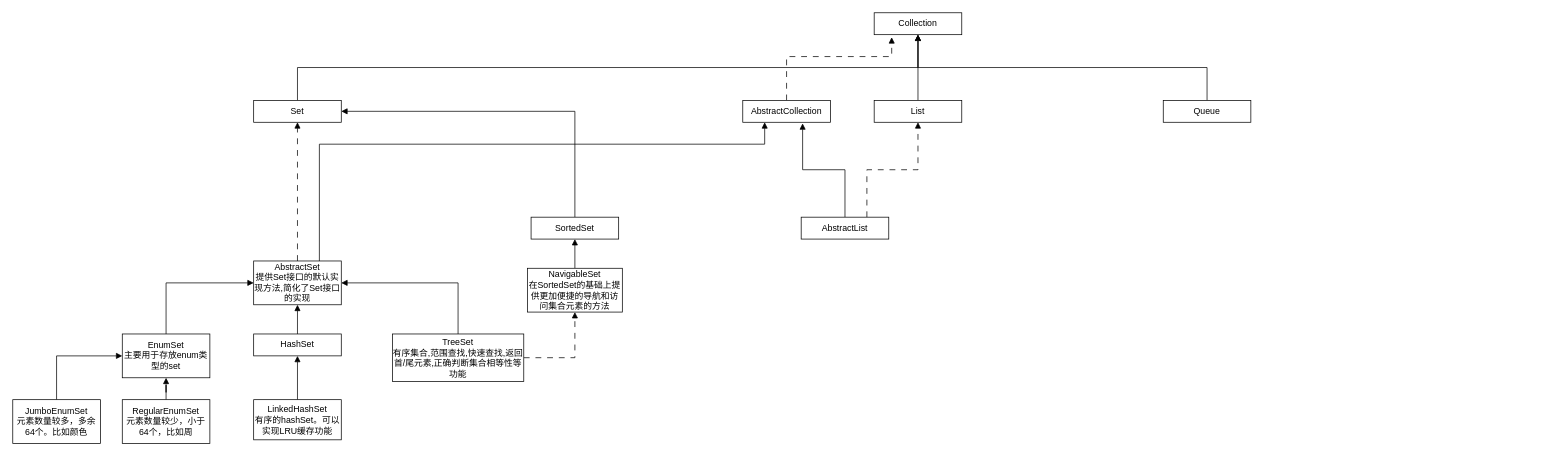
The draw.io diagram java-collection.drawio in Forri1996/draw.io, before the edit. Source tidied: cells renumbered, new cells numbered last; positions are measured from the earlier drawing's top-left corner, leaving out a move shared by most shapes. Both pictures are drawn from the tidied source at 73%, with x=0, y=0 at pixel (12, 12).
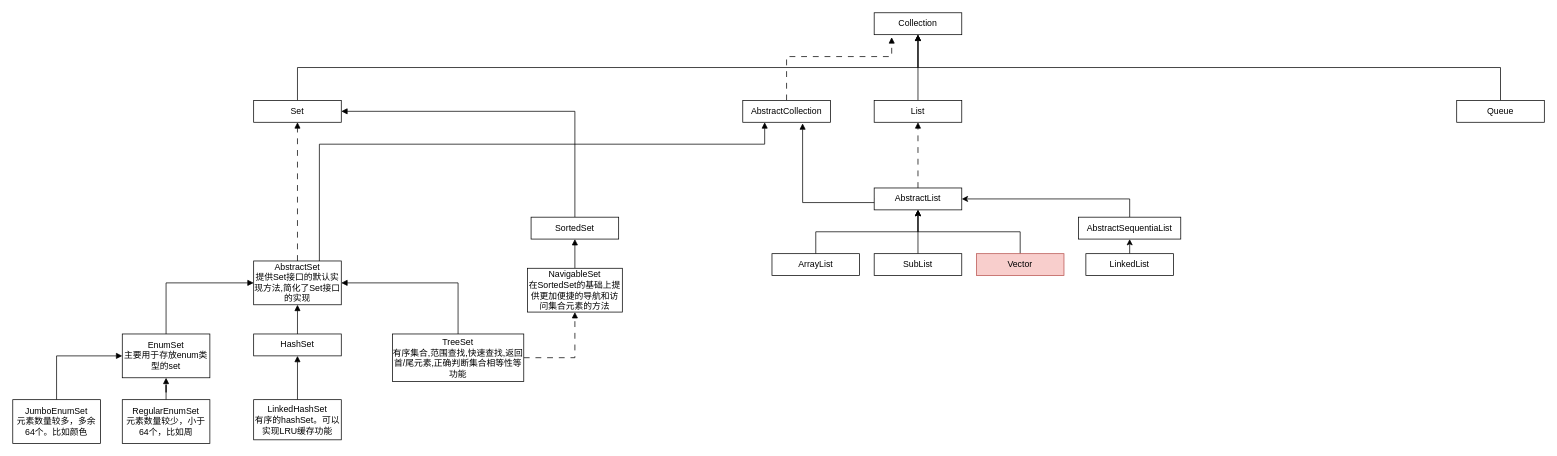
After the change.

The change refers to these unchanged cells:
```xml
<mxCell id="6" value="List" style="rounded=0;whiteSpace=wrap;html=1;" parent="1" vertex="1">
  <mxGeometry x="1180" y="120" width="120" height="30" as="geometry" />
</mxCell>
<mxCell id="30" value="AbstractCollection" style="rounded=0;whiteSpace=wrap;html=1;" parent="1" vertex="1">
  <mxGeometry x="1000" y="120" width="120" height="30" as="geometry" />
</mxCell>
```

What changed in the source:
```diff
@@
     <mxCell id="8" value="Queue" style="rounded=0;whiteSpace=wrap;html=1;" parent="1" vertex="1">
-      <mxGeometry x="1576" y="120" width="120" height="30" as="geometry" />
+      <mxGeometry x="1978" y="120" width="120" height="30" as="geometry" />
     </mxCell>
@@
-    <mxCell id="31" style="edgeStyle=orthogonalEdgeStyle;rounded=0;jettySize=auto;html=1;exitX=0.75;exitY=0;exitDx=0;exitDy=0;entryX=0.5;entryY=1;entryDx=0;entryDy=0;endArrow=block;endFill=1;dashed=1;dashPattern=8 8;" parent="1" edge="1" source="33" target="6">
+    <mxCell id="31" style="edgeStyle=orthogonalEdgeStyle;rounded=0;jettySize=auto;html=1;exitX=0.5;exitY=0;exitDx=0;exitDy=0;entryX=0.5;entryY=1;entryDx=0;entryDy=0;endArrow=block;endFill=1;dashed=1;dashPattern=8 8;" parent="1" edge="1" source="33" target="6">
       <mxGeometry relative="1" as="geometry" />
     </mxCell>
-    <mxCell id="32" style="edgeStyle=orthogonalEdgeStyle;rounded=0;jettySize=auto;html=1;exitX=0.5;exitY=0;exitDx=0;exitDy=0;entryX=0.683;entryY=1.05;entryDx=0;entryDy=0;entryPerimeter=0;endArrow=block;endFill=1;" parent="1" edge="1" source="33" target="30">
-      <mxGeometry relative="1" as="geometry" />
+    <mxCell id="32" style="edgeStyle=orthogonalEdgeStyle;rounded=0;jettySize=auto;html=1;exitX=0;exitY=0.5;exitDx=0;exitDy=0;entryX=0.683;entryY=1.05;entryDx=0;entryDy=0;entryPerimeter=0;endArrow=block;endFill=1;" parent="1" edge="1" source="33" target="30">
+      <mxGeometry relative="1" as="geometry">
+        <Array as="points">
+          <mxPoint x="1240" y="255" />
+          <mxPoint x="1240" y="260" />
+          <mxPoint x="1082" y="260" />
+        </Array>
+      </mxGeometry>
     </mxCell>
     <mxCell id="33" value="AbstractList" style="rounded=0;whiteSpace=wrap;html=1;" parent="1" vertex="1">
-      <mxGeometry x="1080" y="280" width="120" height="30" as="geometry" />
+      <mxGeometry x="1180" y="240" width="120" height="30" as="geometry" />
     </mxCell>
+    <mxCell id="34" style="edgeStyle=orthogonalEdgeStyle;rounded=0;jettySize=auto;html=1;exitX=0.5;exitY=0;exitDx=0;exitDy=0;entryX=0.5;entryY=1;entryDx=0;entryDy=0;" parent="1" edge="1" source="35" target="33">
+      <mxGeometry relative="1" as="geometry" />
+    </mxCell>
+    <mxCell id="35" value="SubList" style="rounded=0;whiteSpace=wrap;html=1;" parent="1" vertex="1">
+      <mxGeometry x="1180" y="330" width="120" height="30" as="geometry" />
+    </mxCell>
+    <mxCell id="36" style="edgeStyle=orthogonalEdgeStyle;rounded=0;jettySize=auto;html=1;exitX=0.5;exitY=0;exitDx=0;exitDy=0;entryX=0.5;entryY=1;entryDx=0;entryDy=0;" parent="1" edge="1" source="37" target="33">
+      <mxGeometry relative="1" as="geometry" />
+    </mxCell>
+    <mxCell id="37" value="ArrayList" style="rounded=0;whiteSpace=wrap;html=1;" parent="1" vertex="1">
+      <mxGeometry x="1040" y="330" width="120" height="30" as="geometry" />
+    </mxCell>
+    <mxCell id="38" style="edgeStyle=orthogonalEdgeStyle;rounded=0;jettySize=auto;html=1;exitX=0.5;exitY=0;exitDx=0;exitDy=0;entryX=0.5;entryY=1;entryDx=0;entryDy=0;" parent="1" edge="1" source="39" target="33">
+      <mxGeometry relative="1" as="geometry" />
+    </mxCell>
+    <mxCell id="39" value="Vector" style="rounded=0;whiteSpace=wrap;html=1;fillColor=#f8cecc;strokeColor=#b85450;" parent="1" vertex="1">
+      <mxGeometry x="1320" y="330" width="120" height="30" as="geometry" />
+    </mxCell>
+    <mxCell id="40" style="edgeStyle=orthogonalEdgeStyle;rounded=0;jettySize=auto;html=1;exitX=0.5;exitY=0;exitDx=0;exitDy=0;entryX=1;entryY=0.5;entryDx=0;entryDy=0;" parent="1" edge="1" source="41" target="33">
+      <mxGeometry relative="1" as="geometry" />
+    </mxCell>
+    <mxCell id="41" value="AbstractSequentiaList" style="rounded=0;whiteSpace=wrap;html=1;" parent="1" vertex="1">
+      <mxGeometry x="1460" y="280" width="140" height="30" as="geometry" />
+    </mxCell>
+    <mxCell id="42" style="edgeStyle=orthogonalEdgeStyle;rounded=0;jettySize=auto;html=1;exitX=0.5;exitY=0;exitDx=0;exitDy=0;entryX=0.5;entryY=1;entryDx=0;entryDy=0;" parent="1" edge="1" source="43" target="41">
+      <mxGeometry relative="1" as="geometry" />
+    </mxCell>
+    <mxCell id="43" value="LinkedList" style="rounded=0;whiteSpace=wrap;html=1;" parent="1" vertex="1">
+      <mxGeometry x="1470" y="330" width="120" height="30" as="geometry" />
+    </mxCell>
```
